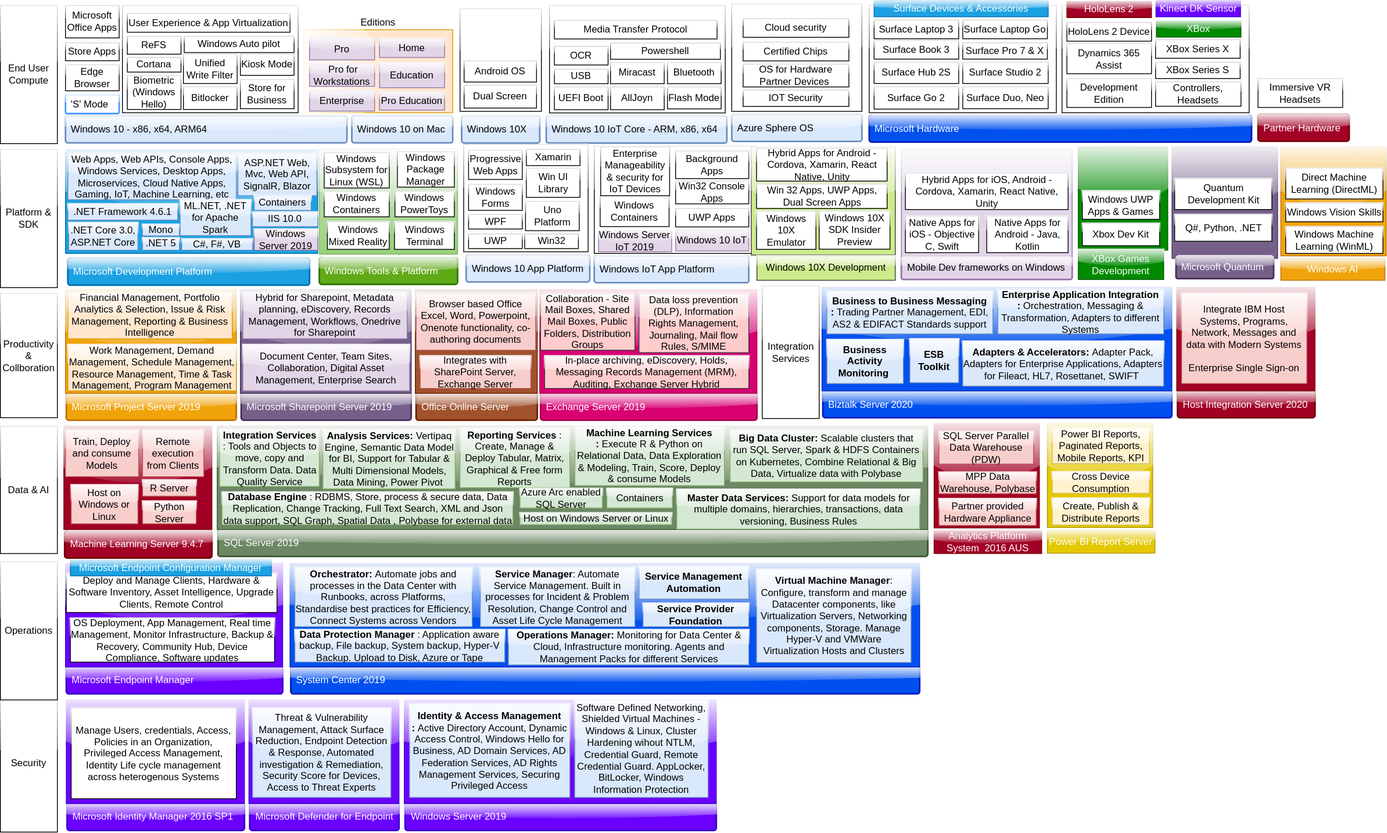
The draw.io diagram MicrosoftOfferings.svg in ssrikantan/Microsoft-Product-Offerings, before a commit. Source tidied: cells renumbered, new cells last; positions are measured from the earlier drawing's top-left corner, leaving out a move shared by most shapes.
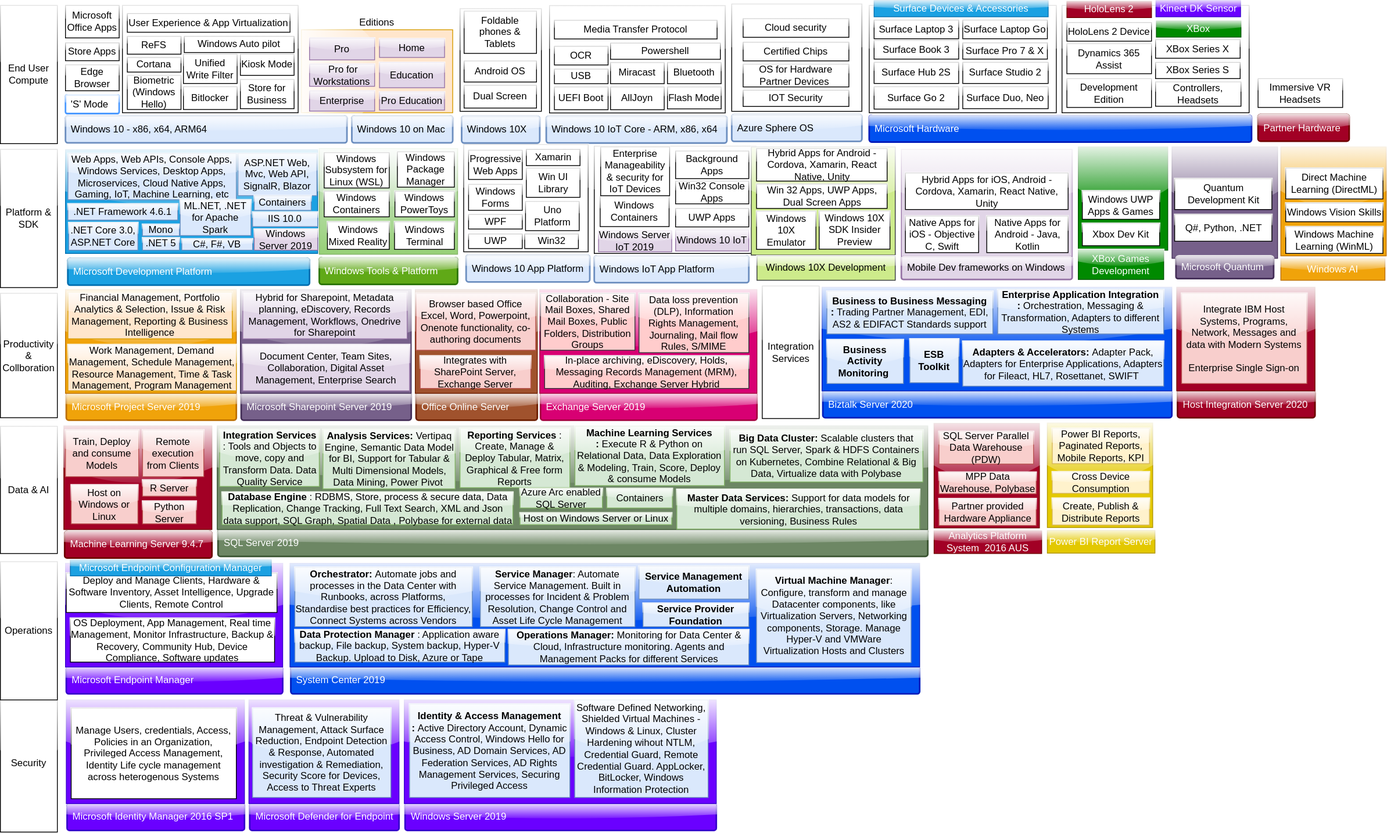
Above is the later version.

What changed in the source:
```diff
@@ -48,7 +48,7 @@
       <mxGeometry x="225" y="106" width="66" height="28" as="geometry" />
     </mxCell>
     <mxCell id="17" value="Editions" style="rounded=0;whiteSpace=wrap;html=1;glass=1;align=center;direction=north;labelPosition=center;verticalLabelPosition=top;verticalAlign=bottom;fillColor=#ffe6cc;strokeColor=#d79b00;sketch=0;shadow=0;" parent="1" vertex="1">
-      <mxGeometry x="373" y="36" width="183" height="102" as="geometry" />
+      <mxGeometry x="370" y="36" width="186" height="102" as="geometry" />
     </mxCell>
     <mxCell id="18" value="Home" style="rounded=0;whiteSpace=wrap;html=1;glass=1;fillColor=#e1d5e7;strokeColor=#9673a6;" parent="1" vertex="1">
       <mxGeometry x="466" y="47" width="80" height="23" as="geometry" />
@@ -656,5 +656,8 @@
     <mxCell id="219" value="Win 32 Apps, UWP Apps, Dual Screen Apps" style="rounded=0;whiteSpace=wrap;html=1;glass=1;" parent="1" vertex="1">
       <mxGeometry x="929.5" y="225.6" width="160.5" height="30" as="geometry" />
     </mxCell>
+    <mxCell id="220" value="Foldable phones &amp;amp; Tablets" style="rounded=0;whiteSpace=wrap;html=1;glass=1;" parent="1" vertex="1">
+      <mxGeometry x="570" y="13" width="89" height="52" as="geometry" />
+    </mxCell>
   </root>
 </mxGraphModel>
```
